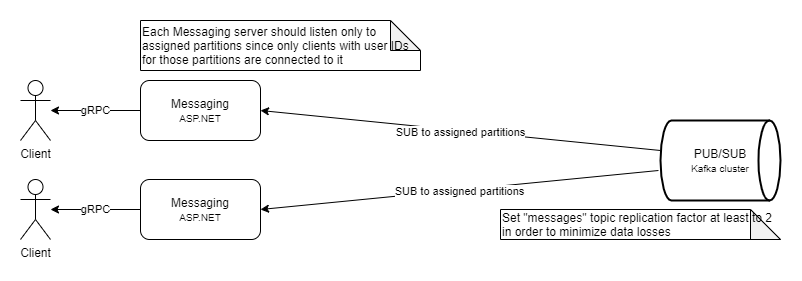
cvetomir-todorov/CecoChat keeps this draw.io diagram as docs/images/cecochat-03-message-receive.png. Above is the earlier version. Source tidied: cells renumbered, new cells last; positions are measured from the earlier drawing's top-left corner, leaving out a move shared by most shapes.
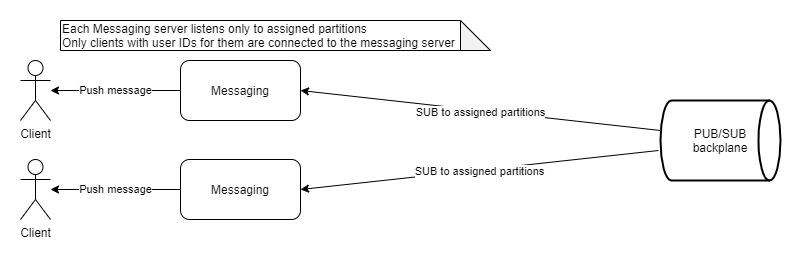
After the change.

What changed in the source:
```diff
@@ -2,37 +2,34 @@
   <root>
     <mxCell id="0" />
     <mxCell id="1" parent="0" />
-    <mxCell id="2" value="gRPC" style="edgeStyle=orthogonalEdgeStyle;rounded=0;jettySize=auto;html=1;entryX=0;entryY=0.5;entryDx=0;entryDy=0;startArrow=classic;startFill=1;endArrow=none;endFill=0;" parent="1" edge="1" source="3" target="7">
+    <mxCell id="2" value="Push message" style="edgeStyle=orthogonalEdgeStyle;rounded=0;jettySize=auto;html=1;entryX=0;entryY=0.5;entryDx=0;entryDy=0;startArrow=classic;startFill=1;endArrow=none;endFill=0;" parent="1" edge="1" source="3" target="7">
       <mxGeometry relative="1" as="geometry" />
     </mxCell>
     <mxCell id="3" value="Client" style="shape=umlActor;verticalLabelPosition=bottom;verticalAlign=top;html=1;outlineConnect=0;" parent="1" vertex="1">
-      <mxGeometry y="60" width="30" height="60" as="geometry" />
+      <mxGeometry y="40" width="30" height="60" as="geometry" />
     </mxCell>
-    <mxCell id="4" value="gRPC" style="edgeStyle=orthogonalEdgeStyle;rounded=0;jettySize=auto;html=1;entryX=0;entryY=0.5;entryDx=0;entryDy=0;startArrow=classic;startFill=1;endArrow=none;endFill=0;" parent="1" edge="1" source="5" target="11">
+    <mxCell id="4" value="Push message" style="edgeStyle=orthogonalEdgeStyle;rounded=0;jettySize=auto;html=1;entryX=0;entryY=0.5;entryDx=0;entryDy=0;startArrow=classic;startFill=1;endArrow=none;endFill=0;" parent="1" edge="1" source="5" target="11">
       <mxGeometry relative="1" as="geometry" />
     </mxCell>
     <mxCell id="5" value="Client" style="shape=umlActor;verticalLabelPosition=bottom;verticalAlign=top;html=1;outlineConnect=0;" parent="1" vertex="1">
-      <mxGeometry y="159" width="30" height="60" as="geometry" />
+      <mxGeometry y="139" width="30" height="60" as="geometry" />
     </mxCell>
     <mxCell id="6" value="SUB to assigned partitions" style="rounded=0;jettySize=auto;html=1;entryX=0;entryY=0.375;entryDx=0;entryDy=0;entryPerimeter=0;startArrow=classic;startFill=1;exitX=1;exitY=0.5;exitDx=0;exitDy=0;endArrow=none;endFill=0;" parent="1" edge="1" source="7" target="8">
       <mxGeometry y="-2" relative="1" as="geometry">
         <mxPoint x="-1" as="offset" />
       </mxGeometry>
     </mxCell>
-    <mxCell id="7" value="&lt;font style=&quot;font-size: 12px&quot;&gt;Messaging&lt;/font&gt;&lt;br&gt;&lt;font style=&quot;font-size: 10px&quot;&gt;ASP.NET&lt;/font&gt;" style="rounded=1;whiteSpace=wrap;html=1;" parent="1" vertex="1">
-      <mxGeometry x="120" y="60" width="120" height="60" as="geometry" />
+    <mxCell id="7" value="&lt;font style=&quot;font-size: 12px&quot;&gt;Messaging&lt;/font&gt;" style="rounded=1;whiteSpace=wrap;html=1;" parent="1" vertex="1">
+      <mxGeometry x="160" y="40" width="120" height="60" as="geometry" />
     </mxCell>
-    <mxCell id="8" value="PUB/SUB&lt;br&gt;&lt;font style=&quot;font-size: 10px&quot;&gt;Kafka cluster&lt;/font&gt;" style="strokeWidth=2;html=1;shape=mxgraph.flowchart.direct_data;whiteSpace=wrap;" parent="1" vertex="1">
-      <mxGeometry x="640" y="100" width="120" height="80" as="geometry" />
+    <mxCell id="8" value="PUB/SUB&lt;br&gt;backplane" style="strokeWidth=2;html=1;shape=mxgraph.flowchart.direct_data;whiteSpace=wrap;" parent="1" vertex="1">
+      <mxGeometry x="640" y="80" width="120" height="80" as="geometry" />
     </mxCell>
-    <mxCell id="9" value="Set &quot;messages&quot; topic replication factor at least to 2 in order to minimize data losses" style="shape=note;whiteSpace=wrap;html=1;backgroundOutline=1;darkOpacity=0.05;align=left;" parent="1" vertex="1">
-      <mxGeometry x="480" y="189" width="280" height="30" as="geometry" />
-    </mxCell>
-    <mxCell id="10" value="Each Messaging server should listen only to assigned partitions since only clients with user IDs for those partitions are connected to it" style="shape=note;whiteSpace=wrap;html=1;backgroundOutline=1;darkOpacity=0.05;align=left;" parent="1" vertex="1">
-      <mxGeometry x="120" width="280" height="50" as="geometry" />
+    <mxCell id="10" value="Each Messaging server listens only to assigned partitions&lt;br&gt;Only clients with user IDs for them are connected to the messaging server" style="shape=note;whiteSpace=wrap;html=1;backgroundOutline=1;darkOpacity=0.05;align=left;" parent="1" vertex="1">
+      <mxGeometry x="40" width="430" height="30" as="geometry" />
     </mxCell>
-    <mxCell id="11" value="&lt;font style=&quot;font-size: 12px&quot;&gt;Messaging&lt;/font&gt;&lt;br&gt;&lt;font style=&quot;font-size: 10px&quot;&gt;ASP.NET&lt;/font&gt;" style="rounded=1;whiteSpace=wrap;html=1;" parent="1" vertex="1">
-      <mxGeometry x="120" y="159" width="120" height="60" as="geometry" />
+    <mxCell id="11" value="&lt;font style=&quot;font-size: 12px&quot;&gt;Messaging&lt;/font&gt;" style="rounded=1;whiteSpace=wrap;html=1;" parent="1" vertex="1">
+      <mxGeometry x="160" y="139" width="120" height="60" as="geometry" />
     </mxCell>
     <mxCell id="12" value="SUB to assigned partitions" style="rounded=0;jettySize=auto;html=1;entryX=-0.017;entryY=0.625;entryDx=0;entryDy=0;entryPerimeter=0;startArrow=classic;startFill=1;exitX=1;exitY=0.5;exitDx=0;exitDy=0;endArrow=none;endFill=0;" parent="1" edge="1" source="11" target="8">
       <mxGeometry y="-2" relative="1" as="geometry">
```
